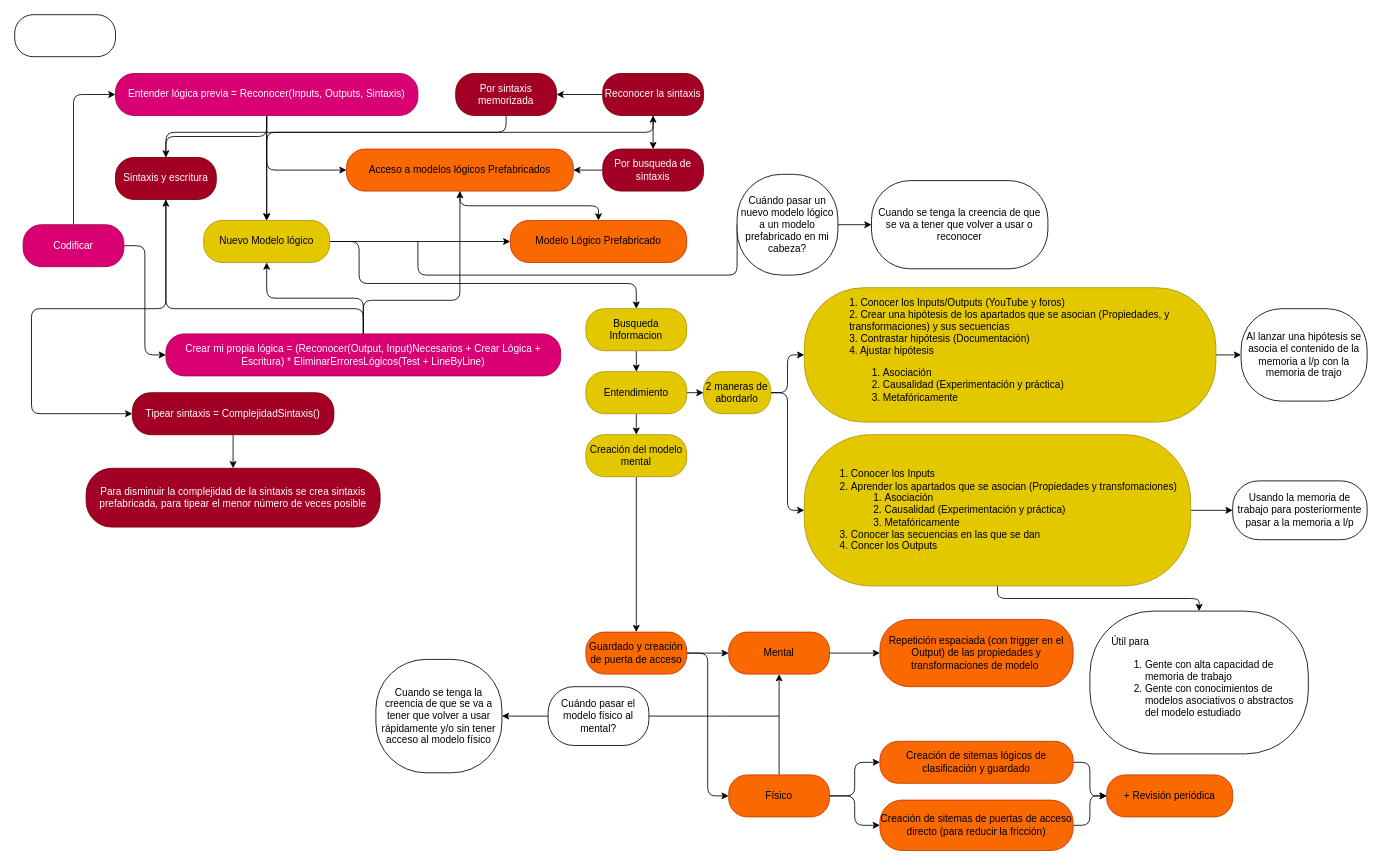
Earlier version of the draw.io diagram page "Codificar" (1 of 2) of draw/estudiar.drawio (Yev94/yev.tech). Source tidied: cells renumbered, new cells numbered last; positions are measured from the earlier drawing's top-left corner, leaving out a move shared by most shapes. Both pictures are drawn from the tidied source at 84%, with x=0, y=0 at pixel (14, 14).
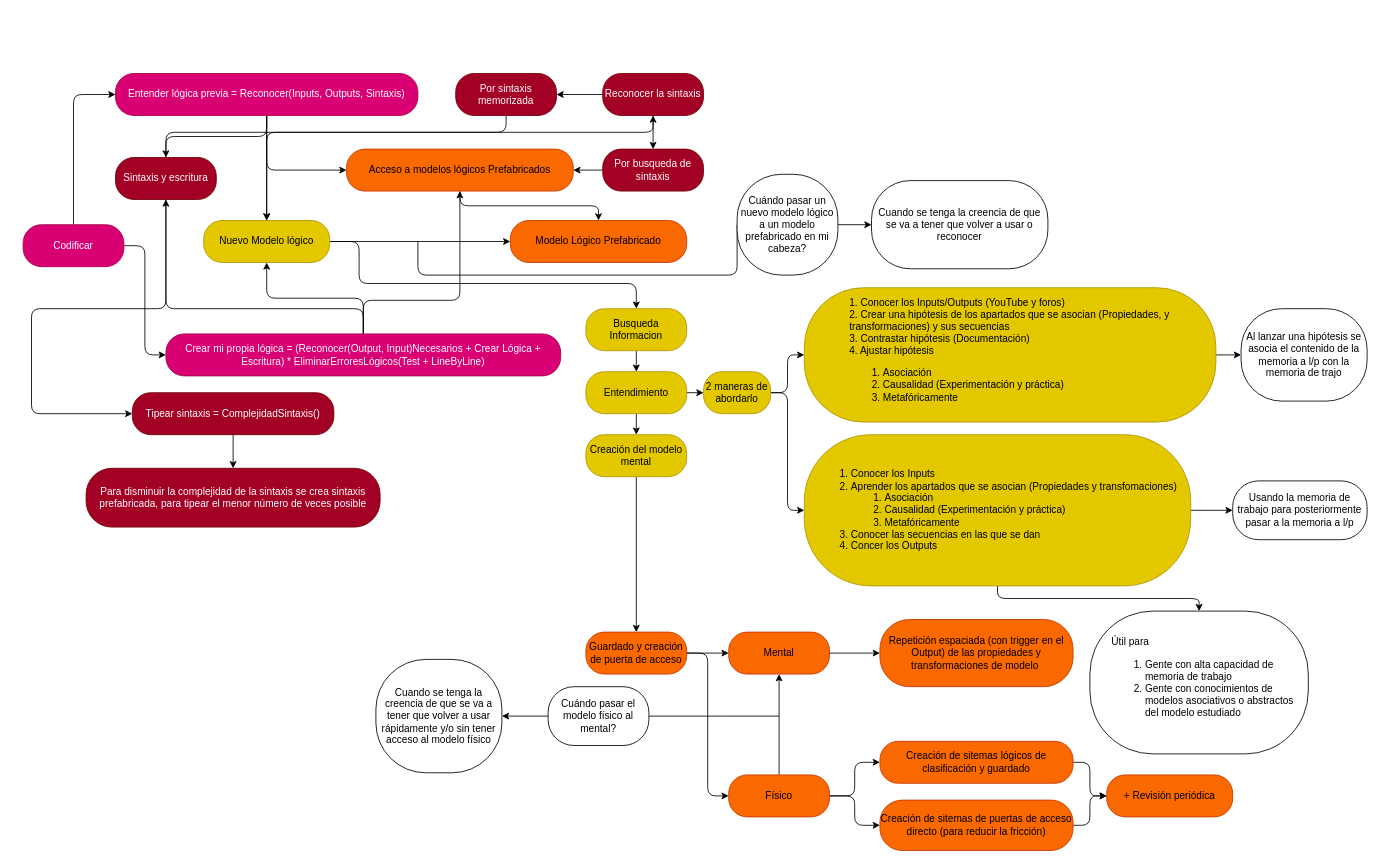
Above is the later version.

The edit, as a diff of the source:
```diff
@@
-    <mxCell id="5" style="rounded=1;whiteSpace=wrap;html=1;arcSize=44;" parent="1" vertex="1">
-      <mxGeometry width="120" height="50" as="geometry" />
-    </mxCell>
```
